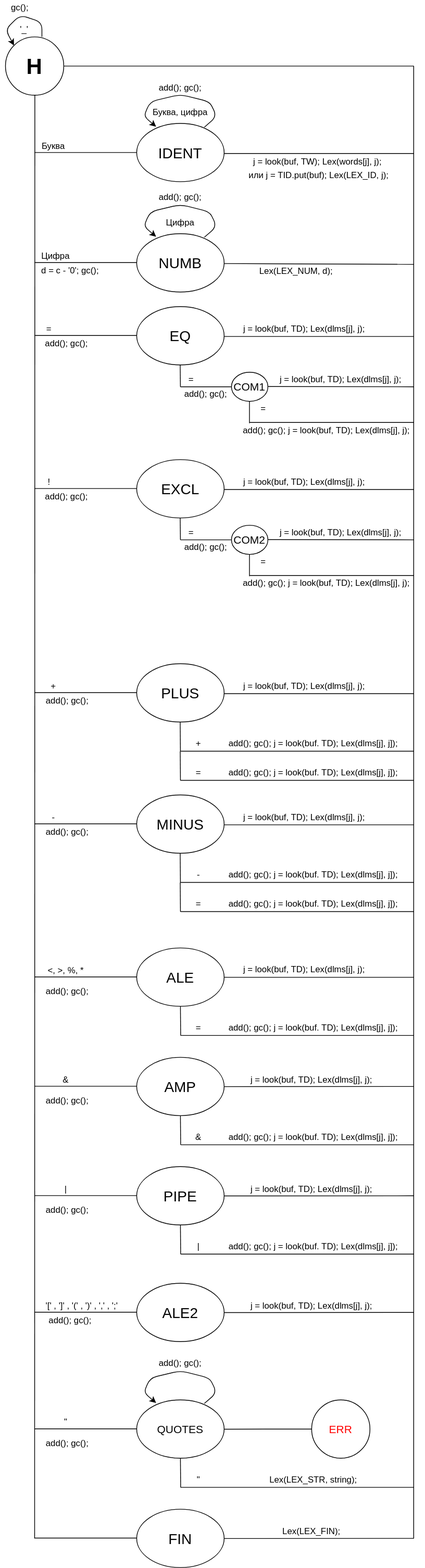
The draw.io diagram zadanie4/Диаграмма состояний.svg in de-tolkac/Denis-Tolkachev-214-prak, before a commit. Source tidied: cells renumbered, new cells last; positions are measured from the earlier drawing's top-left corner, leaving out a move shared by most shapes.
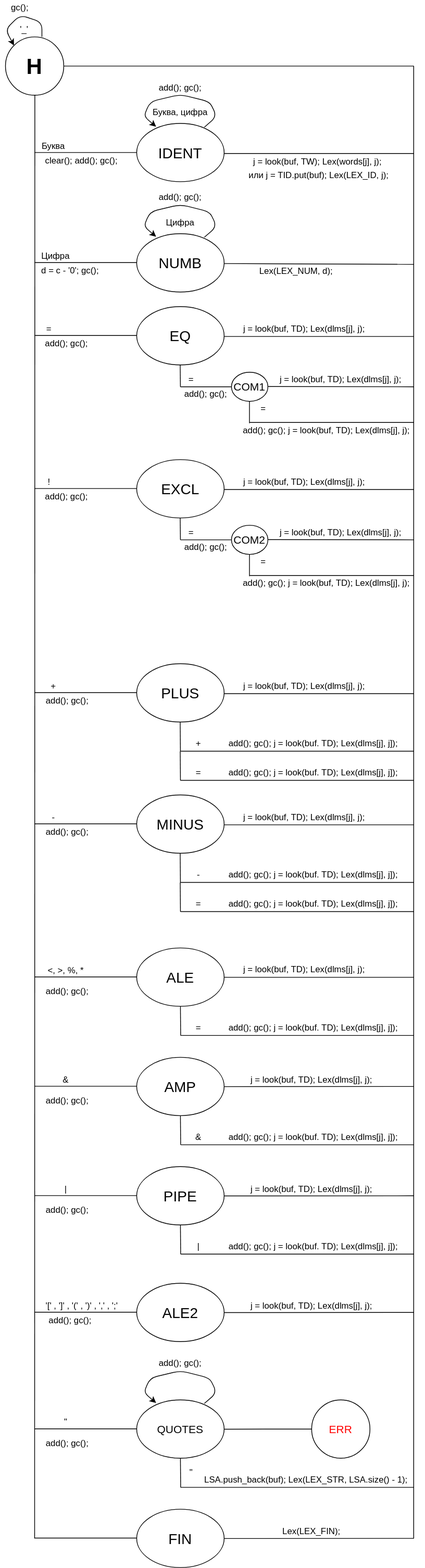
After the commit.

What changed in the source:
```diff
@@ -545,11 +545,11 @@
         <mxPoint x="560.3" y="2040" as="targetPoint" />
       </mxGeometry>
     </mxCell>
-    <mxCell id="127" value="Lex(LEX_STR, string);" style="text;html=1;strokeColor=none;fillColor=none;align=center;verticalAlign=middle;whiteSpace=wrap;rounded=0;" parent="1" vertex="1">
-      <mxGeometry x="300.3" y="2020" width="245" height="20" as="geometry" />
+    <mxCell id="127" value="LSA.push_back(buf); Lex(LEX_STR, LSA.size() - 1);" style="text;html=1;strokeColor=none;fillColor=none;align=center;verticalAlign=middle;whiteSpace=wrap;rounded=0;" parent="1" vertex="1">
+      <mxGeometry x="254.7" y="2020" width="315.3" height="20" as="geometry" />
     </mxCell>
     <mxCell id="128" value="&quot;" style="text;html=1;strokeColor=none;fillColor=none;align=center;verticalAlign=middle;whiteSpace=wrap;rounded=0;" parent="1" vertex="1">
-      <mxGeometry x="245.3" y="2020" width="40" height="20" as="geometry" />
+      <mxGeometry x="235" y="2010" width="40" height="20" as="geometry" />
     </mxCell>
     <mxCell id="129" value="add(); gc();" style="text;html=1;strokeColor=none;fillColor=none;align=center;verticalAlign=middle;whiteSpace=wrap;rounded=0;" parent="1" vertex="1">
       <mxGeometry x="50" y="1970" width="70" height="20" as="geometry" />
@@ -605,5 +605,8 @@
         <mxPoint x="180" y="2109.5" as="targetPoint" />
       </mxGeometry>
     </mxCell>
+    <mxCell id="140" value="clear(); add(); gc();" style="text;html=1;strokeColor=none;fillColor=none;align=center;verticalAlign=middle;whiteSpace=wrap;rounded=0;" parent="1" vertex="1">
+      <mxGeometry x="49" y="210" width="111" height="20" as="geometry" />
+    </mxCell>
   </root>
 </mxGraphModel>
```
